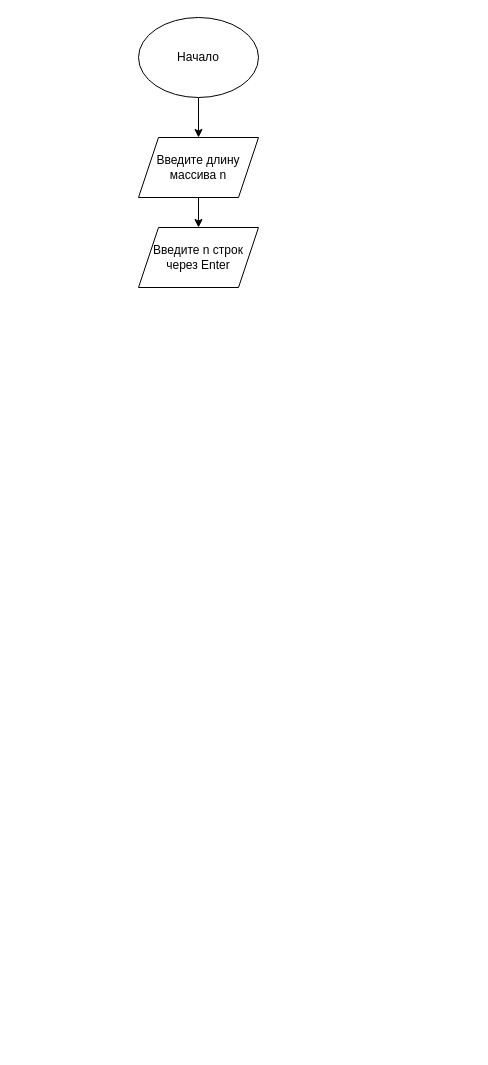
Above: IKR/IKR.drawio in bak88/HelloCode (draw.io), before the change. Source tidied: cells renumbered, new cells numbered last; positions are measured from the earlier drawing's top-left corner, leaving out a move shared by most shapes. Both pictures are drawn from the tidied source at 100%, with x=0, y=0 at pixel (138, 17).
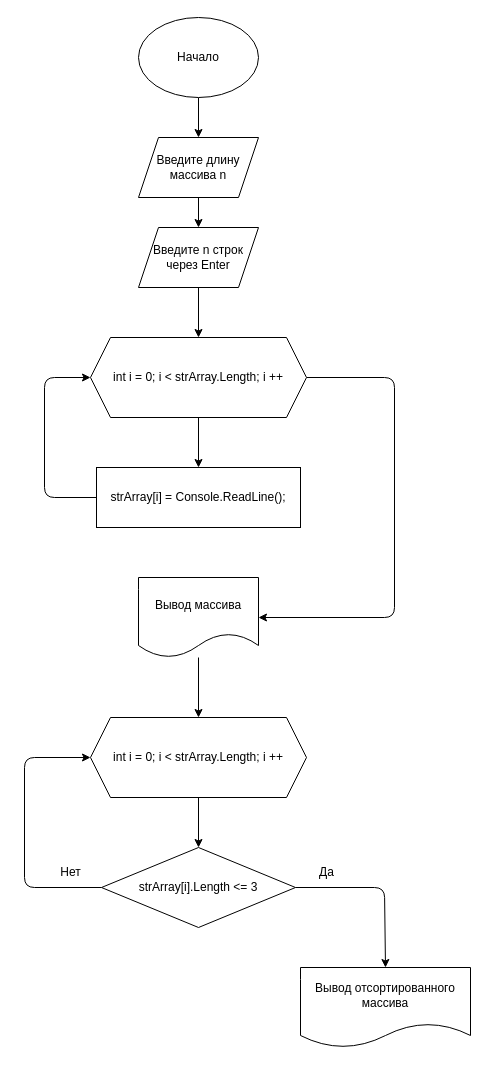
The same diagram, later.

Commit message:
Завершение блок-схемы

Unchanged cells that the change refers to:
```xml
<mxCell id="6" value="Введите n строк&lt;br&gt;через Enter" style="shape=parallelogram;perimeter=parallelogramPerimeter;whiteSpace=wrap;html=1;fixedSize=1;" parent="1" vertex="1">
  <mxGeometry y="210" width="120" height="60" as="geometry" />
</mxCell>
```

Change to the diagram source:
```diff
@@
+    <mxCell id="7" style="edgeStyle=none;html=1;entryX=0.5;entryY=0;entryDx=0;entryDy=0;" parent="1" edge="1" source="6" target="10">
+      <mxGeometry relative="1" as="geometry" />
+    </mxCell>
@@
+    <mxCell id="8" style="edgeStyle=none;html=1;entryX=0.5;entryY=0;entryDx=0;entryDy=0;" parent="1" edge="1" source="10" target="12">
+      <mxGeometry relative="1" as="geometry" />
+    </mxCell>
+    <mxCell id="9" style="edgeStyle=none;html=1;entryX=1;entryY=0.5;entryDx=0;entryDy=0;" parent="1" edge="1" source="10" target="14">
+      <mxGeometry relative="1" as="geometry">
+        <Array as="points">
+          <mxPoint x="256" y="360" />
+          <mxPoint x="256" y="600" />
+        </Array>
+      </mxGeometry>
+    </mxCell>
+    <mxCell id="10" value="int i = 0; i &amp;lt; strArray.Length; i ++" style="shape=hexagon;perimeter=hexagonPerimeter2;whiteSpace=wrap;html=1;fixedSize=1;" parent="1" vertex="1">
+      <mxGeometry x="-48" y="320" width="216" height="80" as="geometry" />
+    </mxCell>
+    <mxCell id="11" style="edgeStyle=none;html=1;entryX=0;entryY=0.5;entryDx=0;entryDy=0;" parent="1" edge="1" source="12" target="10">
+      <mxGeometry relative="1" as="geometry">
+        <Array as="points">
+          <mxPoint x="-94" y="480" />
+          <mxPoint x="-94" y="360" />
+        </Array>
+      </mxGeometry>
+    </mxCell>
+    <mxCell id="12" value="strArray[i] = Console.ReadLine();" style="rounded=0;whiteSpace=wrap;html=1;" parent="1" vertex="1">
+      <mxGeometry x="-42" y="450" width="204" height="60" as="geometry" />
+    </mxCell>
+    <mxCell id="13" style="edgeStyle=none;html=1;" parent="1" edge="1" source="14">
+      <mxGeometry relative="1" as="geometry">
+        <mxPoint x="60" y="700" as="targetPoint" />
+      </mxGeometry>
+    </mxCell>
+    <mxCell id="14" value="Вывод массива" style="shape=document;whiteSpace=wrap;html=1;boundedLbl=1;" parent="1" vertex="1">
+      <mxGeometry y="560" width="120" height="80" as="geometry" />
+    </mxCell>
+    <mxCell id="15" style="edgeStyle=none;html=1;exitX=0.5;exitY=1;exitDx=0;exitDy=0;entryX=0.5;entryY=0;entryDx=0;entryDy=0;" parent="1" edge="1" source="16" target="19">
+      <mxGeometry relative="1" as="geometry" />
+    </mxCell>
+    <mxCell id="16" value="int i = 0; i &amp;lt; strArray.Length; i ++" style="shape=hexagon;perimeter=hexagonPerimeter2;whiteSpace=wrap;html=1;fixedSize=1;" parent="1" vertex="1">
+      <mxGeometry x="-48" y="700" width="216" height="80" as="geometry" />
+    </mxCell>
+    <mxCell id="17" style="edgeStyle=none;html=1;entryX=0;entryY=0.5;entryDx=0;entryDy=0;" parent="1" edge="1" source="19" target="16">
+      <mxGeometry relative="1" as="geometry">
+        <Array as="points">
+          <mxPoint x="-114" y="870" />
+          <mxPoint x="-114" y="740" />
+        </Array>
+      </mxGeometry>
+    </mxCell>
+    <mxCell id="18" style="edgeStyle=none;html=1;entryX=0.5;entryY=0;entryDx=0;entryDy=0;" parent="1" edge="1" source="19" target="21">
+      <mxGeometry relative="1" as="geometry">
+        <Array as="points">
+          <mxPoint x="246" y="870" />
+        </Array>
+      </mxGeometry>
+    </mxCell>
+    <mxCell id="19" value="strArray[i].Length &amp;lt;= 3" style="rhombus;whiteSpace=wrap;html=1;" parent="1" vertex="1">
+      <mxGeometry x="-37" y="830" width="194" height="80" as="geometry" />
+    </mxCell>
+    <mxCell id="20" value="Нет" style="text;html=1;align=center;verticalAlign=middle;strokeColor=none;fillColor=none;" parent="1" vertex="1">
+      <mxGeometry x="-88" y="840" width="40" height="30" as="geometry" />
+    </mxCell>
+    <mxCell id="21" value="Вывод отсортированного&lt;br&gt;массива" style="shape=document;whiteSpace=wrap;html=1;boundedLbl=1;" parent="1" vertex="1">
+      <mxGeometry x="162" y="950" width="170" height="80" as="geometry" />
+    </mxCell>
+    <mxCell id="22" value="Да" style="text;html=1;align=center;verticalAlign=middle;strokeColor=none;fillColor=none;" parent="1" vertex="1">
+      <mxGeometry x="168" y="840" width="40" height="30" as="geometry" />
+    </mxCell>
```
